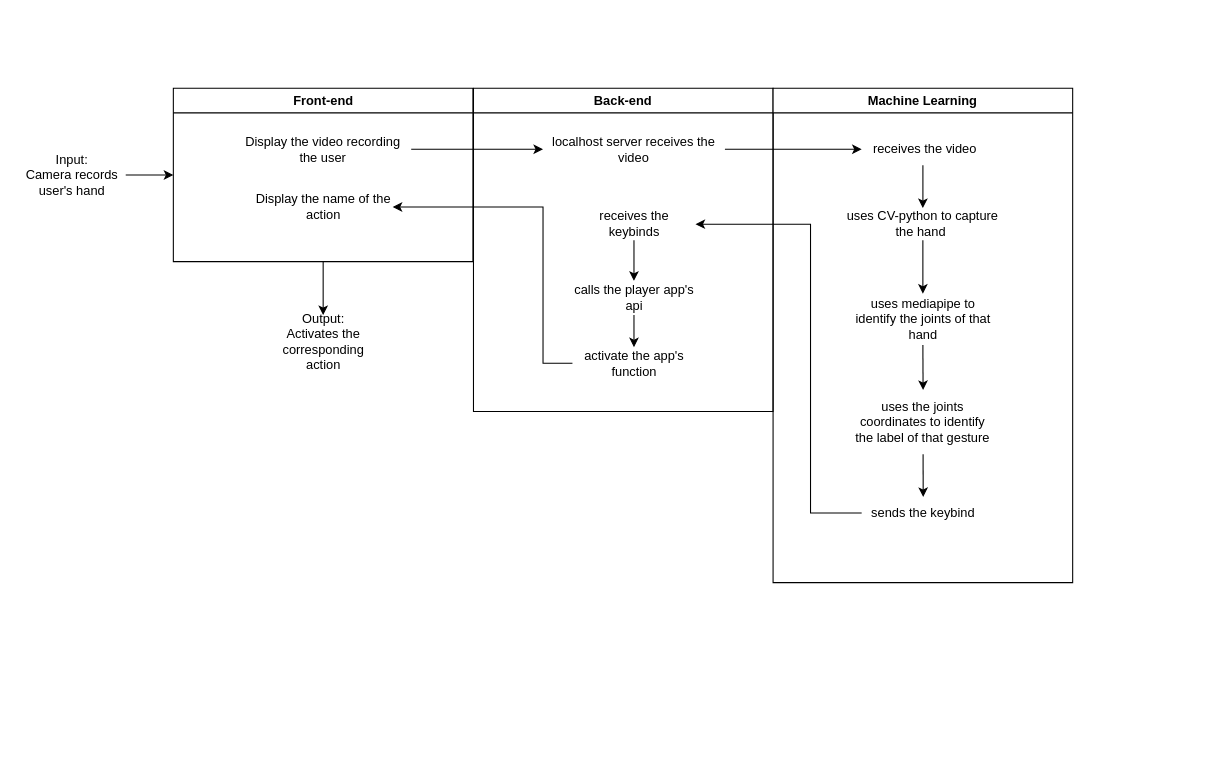
Before: handgesture-threshold-api.drawio in LamPhamNgoc1310/USTHGroupProject, a draw.io diagram. Source tidied: cells renumbered, new cells numbered last; positions are measured from the earlier drawing's top-left corner, leaving out a move shared by most shapes. Both pictures are drawn from the tidied source at 107%, with x=0, y=0 at pixel (18, 88).
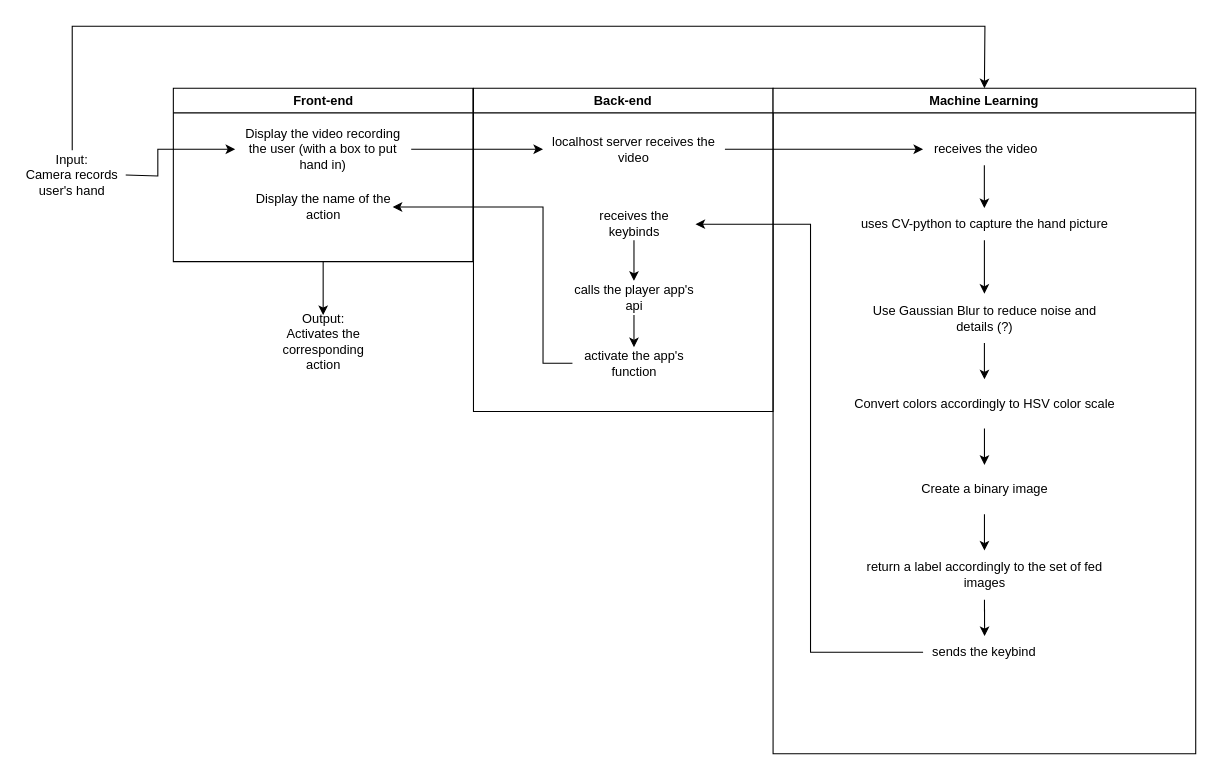
After the change.

The change refers to these unchanged cells:
```xml
<mxCell id="2" value="Front-end" style="swimlane;whiteSpace=wrap;" parent="1" vertex="1">
  <mxGeometry x="144.5" width="280" height="162" as="geometry" />
</mxCell>
<mxCell id="7" value="receives the keybinds" style="text;html=1;align=center;verticalAlign=middle;whiteSpace=wrap;rounded=0;" parent="5" vertex="1">
  <mxGeometry x="92.5" y="112" width="115" height="30" as="geometry" />
</mxCell>
```

The edit, as a diff of the source:
```diff
@@
-    <mxCell id="3" value="Display the video recording the user" style="text;html=1;align=center;verticalAlign=middle;whiteSpace=wrap;rounded=0;" parent="2" vertex="1">
+    <mxCell id="3" value="Display the video recording the user (with a box to put hand in)" style="text;html=1;align=center;verticalAlign=middle;whiteSpace=wrap;rounded=0;" parent="2" vertex="1">
       <mxGeometry x="57.8" y="42" width="164.5" height="30" as="geometry" />
     </mxCell>
@@
     <mxCell id="12" value="Machine Learning" style="swimlane;whiteSpace=wrap;" parent="1" vertex="1">
-      <mxGeometry x="705" width="280" height="462" as="geometry" />
+      <mxGeometry x="705" width="395" height="622" as="geometry" />
     </mxCell>
     <mxCell id="13" value="&amp;nbsp;receives the video" style="text;html=1;align=center;verticalAlign=middle;whiteSpace=wrap;rounded=0;" parent="12" vertex="1">
-      <mxGeometry x="82.8" y="42" width="114.5" height="30" as="geometry" />
+      <mxGeometry x="140.2" y="42" width="114.5" height="30" as="geometry" />
     </mxCell>
-    <mxCell id="14" value="uses CV-python to capture the hand&amp;nbsp;" style="text;html=1;align=center;verticalAlign=middle;whiteSpace=wrap;rounded=0;" parent="12" vertex="1">
-      <mxGeometry x="65" y="112" width="150" height="30" as="geometry" />
+    <mxCell id="14" value="uses CV-python to capture the hand picture" style="text;html=1;align=center;verticalAlign=middle;whiteSpace=wrap;rounded=0;" parent="12" vertex="1">
+      <mxGeometry x="77.5" y="112" width="240" height="30" as="geometry" />
     </mxCell>
-    <mxCell id="15" value="uses mediapipe to identify the joints of that hand" style="text;html=1;align=center;verticalAlign=middle;whiteSpace=wrap;rounded=0;" parent="12" vertex="1">
-      <mxGeometry x="72.5" y="192" width="135" height="48" as="geometry" />
-    </mxCell>
-    <mxCell id="16" value="uses the joints coordinates to identify the label of that gesture" style="text;html=1;align=center;verticalAlign=middle;whiteSpace=wrap;rounded=0;" parent="12" vertex="1">
-      <mxGeometry x="75.2" y="282" width="130" height="60" as="geometry" />
-    </mxCell>
@@
-    <mxCell id="18" style="endArrow=classic;html=1;rounded=0;entryX=0.5;entryY=0;entryDx=0;entryDy=0;exitX=0.5;exitY=1;exitDx=0;exitDy=0;" parent="12" edge="1" source="14" target="15">
+    <mxCell id="18" style="endArrow=classic;html=1;rounded=0;entryX=0.5;entryY=0;entryDx=0;entryDy=0;exitX=0.5;exitY=1;exitDx=0;exitDy=0;" parent="12" edge="1" source="14" target="30">
       <mxGeometry relative="1" as="geometry" />
     </mxCell>
-    <mxCell id="19" style="endArrow=classic;html=1;rounded=0;exitX=0.5;exitY=1;exitDx=0;exitDy=0;entryX=0.5;entryY=0;entryDx=0;entryDy=0;" parent="12" edge="1" source="15" target="16">
-      <mxGeometry relative="1" as="geometry" />
-    </mxCell>
-    <mxCell id="20" style="endArrow=classic;html=1;rounded=0;exitX=0.5;exitY=1;exitDx=0;exitDy=0;entryX=0.5;entryY=0;entryDx=0;entryDy=0;" parent="12" edge="1" source="16" target="21">
-      <mxGeometry relative="1" as="geometry" />
-    </mxCell>
+    <mxCell id="30" value="Use Gaussian Blur to reduce noise and details (?)" style="text;html=1;align=center;verticalAlign=middle;whiteSpace=wrap;rounded=0;" parent="12" vertex="1">
+      <mxGeometry x="82.5" y="192" width="230" height="46" as="geometry" />
+    </mxCell>
+    <mxCell id="31" value="Convert colors accordingly to HSV color scale" style="text;html=1;align=center;verticalAlign=middle;whiteSpace=wrap;rounded=0;" parent="12" vertex="1">
+      <mxGeometry x="68.8" y="272" width="257.5" height="46" as="geometry" />
+    </mxCell>
+    <mxCell id="32" style="endArrow=classic;html=1;rounded=0;exitX=0.5;exitY=1;exitDx=0;exitDy=0;entryX=0.5;entryY=0;entryDx=0;entryDy=0;" parent="12" edge="1" source="30" target="31">
+      <mxGeometry relative="1" as="geometry" />
+    </mxCell>
+    <mxCell id="33" value="Create a binary image" style="text;html=1;align=center;verticalAlign=middle;whiteSpace=wrap;rounded=0;" parent="12" vertex="1">
+      <mxGeometry x="68.8" y="352" width="257.5" height="46" as="geometry" />
+    </mxCell>
+    <mxCell id="34" style="endArrow=classic;html=1;rounded=0;entryX=0.5;entryY=0;entryDx=0;entryDy=0;exitX=0.5;exitY=1;exitDx=0;exitDy=0;" parent="12" edge="1" source="31" target="33">
+      <mxGeometry relative="1" as="geometry" />
+    </mxCell>
+    <mxCell id="35" style="endArrow=classic;html=1;rounded=0;exitX=0.5;exitY=1;exitDx=0;exitDy=0;entryX=0.5;entryY=0;entryDx=0;entryDy=0;" parent="12" edge="1" source="33" target="36">
+      <mxGeometry relative="1" as="geometry" />
+    </mxCell>
+    <mxCell id="36" value="return a label accordingly to the set of fed images" style="text;html=1;align=center;verticalAlign=middle;whiteSpace=wrap;rounded=0;" parent="12" vertex="1">
+      <mxGeometry x="68.8" y="432" width="257.5" height="46" as="geometry" />
+    </mxCell>
     <mxCell id="21" value="sends the keybind" style="text;html=1;align=center;verticalAlign=middle;whiteSpace=wrap;rounded=0;" parent="12" vertex="1">
-      <mxGeometry x="82.8" y="382" width="115" height="30" as="geometry" />
+      <mxGeometry x="140.2" y="512" width="115" height="30" as="geometry" />
     </mxCell>
+    <mxCell id="37" style="endArrow=classic;html=1;rounded=0;entryX=0.5;entryY=0;entryDx=0;entryDy=0;exitX=0.5;exitY=1;exitDx=0;exitDy=0;" parent="12" edge="1" source="36" target="21">
+      <mxGeometry relative="1" as="geometry" />
+    </mxCell>
-    <mxCell id="22" style="endArrow=classic;html=1;rounded=0;entryX=0;entryY=0.5;entryDx=0;entryDy=0;exitX=1;exitY=0.5;exitDx=0;exitDy=0;" parent="1" edge="1" source="23" target="2">
-      <mxGeometry relative="1" as="geometry" />
+    <mxCell id="22" style="endArrow=classic;html=1;rounded=0;entryX=0;entryY=0.5;entryDx=0;entryDy=0;exitX=1;exitY=0.5;exitDx=0;exitDy=0;" parent="1" edge="1" source="23" target="3">
+      <mxGeometry relative="1" as="geometry">
+        <Array as="points">
+          <mxPoint x="130" y="82" />
+          <mxPoint x="130" y="57" />
+        </Array>
+      </mxGeometry>
     </mxCell>
     <mxCell id="23" value="&lt;div&gt;Input:&lt;/div&gt;&lt;div&gt;Camera records user's hand&lt;/div&gt;" style="text;html=1;align=center;verticalAlign=middle;whiteSpace=wrap;rounded=0;" parent="1" vertex="1">
-      <mxGeometry y="66" width="100" height="30" as="geometry" />
+      <mxGeometry y="58" width="100" height="46" as="geometry" />
     </mxCell>
@@
     <mxCell id="29" style="endArrow=classic;html=1;rounded=0;exitX=0;exitY=0.5;exitDx=0;exitDy=0;entryX=1;entryY=0.5;entryDx=0;entryDy=0;" parent="1" edge="1" source="21" target="7">
       <mxGeometry relative="1" as="geometry">
         <Array as="points">
+          <mxPoint x="740" y="527" />
           <mxPoint x="740" y="397" />
           <mxPoint x="740" y="257" />
           <mxPoint x="740" y="127" />
         </Array>
       </mxGeometry>
     </mxCell>
+    <mxCell id="38" style="endArrow=classic;html=1;rounded=0;entryX=0.5;entryY=0;entryDx=0;entryDy=0;exitX=0.5;exitY=0;exitDx=0;exitDy=0;" parent="1" edge="1" source="23" target="12">
+      <mxGeometry relative="1" as="geometry">
+        <Array as="points">
+          <mxPoint x="50" y="-58" />
+          <mxPoint x="903" y="-58" />
+        </Array>
+      </mxGeometry>
+    </mxCell>
```
